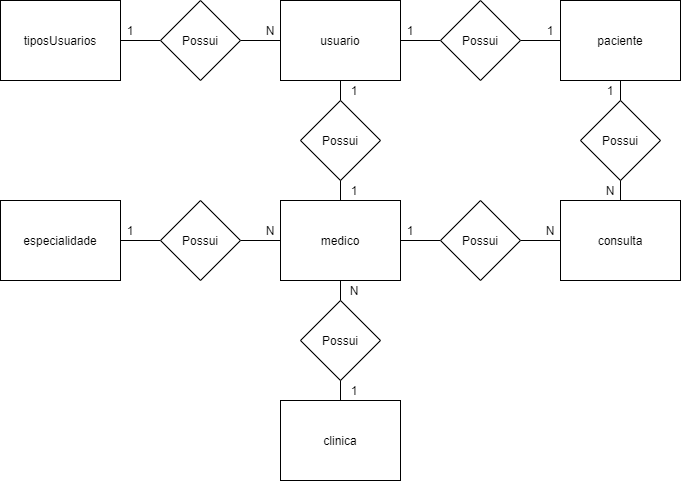
This is SP.Med_Group/SP.Med_Group_Modelagens-Conceitual.png from Alan-Santos07/2021_1S_2DT, a draw.io export, as it was before one commit. Source tidied: cells renumbered, new cells last; positions are measured from the earlier drawing's top-left corner, leaving out a move shared by most shapes. Source of this version:
```xml
<mxGraphModel>
  <root>
    <mxCell id="0" />
    <mxCell id="1" parent="0" />
    <mxCell id="2" style="edgeStyle=orthogonalEdgeStyle;rounded=0;jettySize=auto;html=1;endArrow=none;endFill=0;" parent="1" edge="1" source="3" target="19">
      <mxGeometry relative="1" as="geometry" />
    </mxCell>
    <mxCell id="3" value="tiposUsuarios" style="rounded=0;whiteSpace=wrap;html=1;" parent="1" vertex="1">
      <mxGeometry width="120" height="80" as="geometry" />
    </mxCell>
    <mxCell id="4" style="edgeStyle=orthogonalEdgeStyle;rounded=0;jettySize=auto;html=1;entryX=1;entryY=0.5;entryDx=0;entryDy=0;endArrow=none;endFill=0;" parent="1" edge="1" source="7" target="19">
      <mxGeometry relative="1" as="geometry" />
    </mxCell>
    <mxCell id="5" style="edgeStyle=orthogonalEdgeStyle;rounded=0;jettySize=auto;html=1;endArrow=none;endFill=0;" parent="1" edge="1" source="7" target="27">
      <mxGeometry relative="1" as="geometry" />
    </mxCell>
    <mxCell id="6" style="edgeStyle=orthogonalEdgeStyle;rounded=0;jettySize=auto;html=1;endArrow=none;endFill=0;" parent="1" edge="1" source="7" target="23">
      <mxGeometry relative="1" as="geometry" />
    </mxCell>
    <mxCell id="7" value="usuario" style="rounded=0;whiteSpace=wrap;html=1;" parent="1" vertex="1">
      <mxGeometry x="280" width="120" height="80" as="geometry" />
    </mxCell>
    <mxCell id="8" style="edgeStyle=orthogonalEdgeStyle;rounded=0;jettySize=auto;html=1;endArrow=none;endFill=0;" parent="1" edge="1" source="9" target="20">
      <mxGeometry relative="1" as="geometry" />
    </mxCell>
    <mxCell id="9" value="especialidade" style="rounded=0;whiteSpace=wrap;html=1;" parent="1" vertex="1">
      <mxGeometry y="200" width="120" height="80" as="geometry" />
    </mxCell>
    <mxCell id="10" value="clinica" style="rounded=0;whiteSpace=wrap;html=1;" parent="1" vertex="1">
      <mxGeometry x="280" y="400" width="120" height="80" as="geometry" />
    </mxCell>
    <mxCell id="11" style="edgeStyle=orthogonalEdgeStyle;rounded=0;jettySize=auto;html=1;endArrow=none;endFill=0;" parent="1" edge="1" source="14" target="20">
      <mxGeometry relative="1" as="geometry" />
    </mxCell>
    <mxCell id="12" style="edgeStyle=orthogonalEdgeStyle;rounded=0;jettySize=auto;html=1;endArrow=none;endFill=0;" parent="1" edge="1" source="14" target="25">
      <mxGeometry relative="1" as="geometry" />
    </mxCell>
    <mxCell id="13" style="edgeStyle=orthogonalEdgeStyle;rounded=0;jettySize=auto;html=1;endArrow=none;endFill=0;" parent="1" edge="1" source="14" target="22">
      <mxGeometry relative="1" as="geometry" />
    </mxCell>
    <mxCell id="14" value="medico" style="rounded=0;whiteSpace=wrap;html=1;" parent="1" vertex="1">
      <mxGeometry x="280" y="200" width="120" height="80" as="geometry" />
    </mxCell>
    <mxCell id="15" style="edgeStyle=orthogonalEdgeStyle;rounded=0;jettySize=auto;html=1;endArrow=none;endFill=0;" parent="1" edge="1" source="17" target="23">
      <mxGeometry relative="1" as="geometry" />
    </mxCell>
    <mxCell id="16" style="edgeStyle=orthogonalEdgeStyle;rounded=0;jettySize=auto;html=1;endArrow=none;endFill=0;" parent="1" edge="1" source="17" target="29">
      <mxGeometry relative="1" as="geometry" />
    </mxCell>
    <mxCell id="17" value="paciente" style="rounded=0;whiteSpace=wrap;html=1;" parent="1" vertex="1">
      <mxGeometry x="560" width="120" height="80" as="geometry" />
    </mxCell>
    <mxCell id="18" value="consulta" style="rounded=0;whiteSpace=wrap;html=1;" parent="1" vertex="1">
      <mxGeometry x="560" y="200" width="120" height="80" as="geometry" />
    </mxCell>
    <mxCell id="19" value="Possui" style="rhombus;whiteSpace=wrap;html=1;" parent="1" vertex="1">
      <mxGeometry x="160" width="80" height="80" as="geometry" />
    </mxCell>
    <mxCell id="20" value="&lt;span&gt;Possui&lt;/span&gt;" style="rhombus;whiteSpace=wrap;html=1;" parent="1" vertex="1">
      <mxGeometry x="160" y="200" width="80" height="80" as="geometry" />
    </mxCell>
    <mxCell id="21" style="edgeStyle=orthogonalEdgeStyle;rounded=0;jettySize=auto;html=1;endArrow=none;endFill=0;" parent="1" edge="1" source="22" target="18">
      <mxGeometry relative="1" as="geometry" />
    </mxCell>
    <mxCell id="22" value="&lt;span&gt;Possui&lt;/span&gt;" style="rhombus;whiteSpace=wrap;html=1;" parent="1" vertex="1">
      <mxGeometry x="440" y="200" width="80" height="80" as="geometry" />
    </mxCell>
    <mxCell id="23" value="&lt;span&gt;Possui&lt;/span&gt;" style="rhombus;whiteSpace=wrap;html=1;" parent="1" vertex="1">
      <mxGeometry x="440" width="80" height="80" as="geometry" />
    </mxCell>
    <mxCell id="24" style="edgeStyle=orthogonalEdgeStyle;rounded=0;jettySize=auto;html=1;endArrow=none;endFill=0;" parent="1" edge="1" source="25" target="10">
      <mxGeometry relative="1" as="geometry" />
    </mxCell>
    <mxCell id="25" value="&lt;span&gt;Possui&lt;/span&gt;" style="rhombus;whiteSpace=wrap;html=1;" parent="1" vertex="1">
      <mxGeometry x="300" y="300" width="80" height="80" as="geometry" />
    </mxCell>
    <mxCell id="26" style="edgeStyle=orthogonalEdgeStyle;rounded=0;jettySize=auto;html=1;endArrow=none;endFill=0;" parent="1" edge="1" source="27" target="14">
      <mxGeometry relative="1" as="geometry" />
    </mxCell>
    <mxCell id="27" value="&lt;span&gt;Possui&lt;/span&gt;" style="rhombus;whiteSpace=wrap;html=1;" parent="1" vertex="1">
      <mxGeometry x="300" y="100" width="80" height="80" as="geometry" />
    </mxCell>
    <mxCell id="28" style="edgeStyle=orthogonalEdgeStyle;rounded=0;jettySize=auto;html=1;endArrow=none;endFill=0;" parent="1" edge="1" source="29" target="18">
      <mxGeometry relative="1" as="geometry" />
    </mxCell>
    <mxCell id="29" value="&lt;span&gt;Possui&lt;/span&gt;" style="rhombus;whiteSpace=wrap;html=1;" parent="1" vertex="1">
      <mxGeometry x="580" y="100" width="80" height="80" as="geometry" />
    </mxCell>
    <mxCell id="30" value="1" style="text;html=1;strokeColor=none;fillColor=none;align=center;verticalAlign=middle;whiteSpace=wrap;rounded=0;" parent="1" vertex="1">
      <mxGeometry x="110" y="20" width="40" height="20" as="geometry" />
    </mxCell>
    <mxCell id="31" value="1" style="text;html=1;strokeColor=none;fillColor=none;align=center;verticalAlign=middle;whiteSpace=wrap;rounded=0;" parent="1" vertex="1">
      <mxGeometry x="110" y="220" width="40" height="20" as="geometry" />
    </mxCell>
    <mxCell id="32" value="N" style="text;html=1;strokeColor=none;fillColor=none;align=center;verticalAlign=middle;whiteSpace=wrap;rounded=0;" parent="1" vertex="1">
      <mxGeometry x="250" y="220" width="40" height="20" as="geometry" />
    </mxCell>
    <mxCell id="33" value="N" style="text;html=1;strokeColor=none;fillColor=none;align=center;verticalAlign=middle;whiteSpace=wrap;rounded=0;" parent="1" vertex="1">
      <mxGeometry x="250" y="20" width="40" height="20" as="geometry" />
    </mxCell>
    <mxCell id="34" value="1" style="text;html=1;strokeColor=none;fillColor=none;align=center;verticalAlign=middle;whiteSpace=wrap;rounded=0;" parent="1" vertex="1">
      <mxGeometry x="390" y="20" width="40" height="20" as="geometry" />
    </mxCell>
    <mxCell id="35" value="1" style="text;html=1;strokeColor=none;fillColor=none;align=center;verticalAlign=middle;whiteSpace=wrap;rounded=0;" parent="1" vertex="1">
      <mxGeometry x="390" y="220" width="40" height="20" as="geometry" />
    </mxCell>
    <mxCell id="36" value="N" style="text;html=1;strokeColor=none;fillColor=none;align=center;verticalAlign=middle;whiteSpace=wrap;rounded=0;" parent="1" vertex="1">
      <mxGeometry x="334" y="280" width="40" height="20" as="geometry" />
    </mxCell>
    <mxCell id="37" value="1" style="text;html=1;strokeColor=none;fillColor=none;align=center;verticalAlign=middle;whiteSpace=wrap;rounded=0;" parent="1" vertex="1">
      <mxGeometry x="334" y="380" width="40" height="20" as="geometry" />
    </mxCell>
    <mxCell id="38" value="1" style="text;html=1;strokeColor=none;fillColor=none;align=center;verticalAlign=middle;whiteSpace=wrap;rounded=0;" parent="1" vertex="1">
      <mxGeometry x="334" y="180" width="40" height="20" as="geometry" />
    </mxCell>
    <mxCell id="39" value="1" style="text;html=1;strokeColor=none;fillColor=none;align=center;verticalAlign=middle;whiteSpace=wrap;rounded=0;" parent="1" vertex="1">
      <mxGeometry x="530" y="20" width="40" height="20" as="geometry" />
    </mxCell>
    <mxCell id="40" value="1" style="text;html=1;strokeColor=none;fillColor=none;align=center;verticalAlign=middle;whiteSpace=wrap;rounded=0;" parent="1" vertex="1">
      <mxGeometry x="590" y="80" width="40" height="20" as="geometry" />
    </mxCell>
    <mxCell id="41" value="N" style="text;html=1;strokeColor=none;fillColor=none;align=center;verticalAlign=middle;whiteSpace=wrap;rounded=0;" parent="1" vertex="1">
      <mxGeometry x="590" y="180" width="40" height="20" as="geometry" />
    </mxCell>
    <mxCell id="42" value="N" style="text;html=1;strokeColor=none;fillColor=none;align=center;verticalAlign=middle;whiteSpace=wrap;rounded=0;" parent="1" vertex="1">
      <mxGeometry x="530" y="220" width="40" height="20" as="geometry" />
    </mxCell>
    <mxCell id="43" value="1" style="text;html=1;strokeColor=none;fillColor=none;align=center;verticalAlign=middle;whiteSpace=wrap;rounded=0;" parent="1" vertex="1">
      <mxGeometry x="334" y="80" width="40" height="20" as="geometry" />
    </mxCell>
  </root>
</mxGraphModel>
```
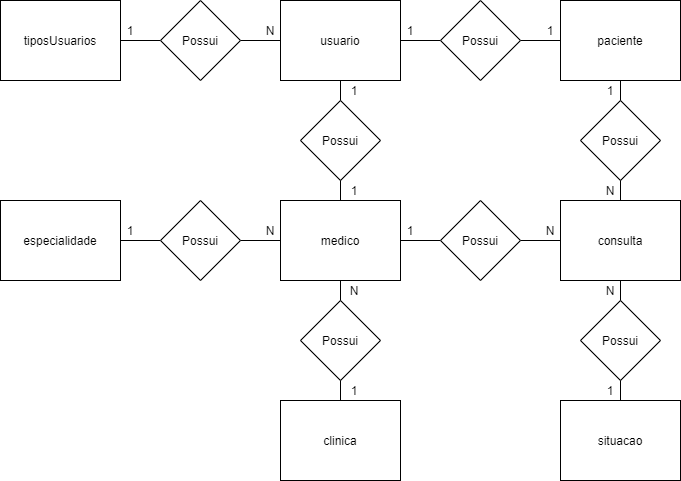
The same diagram one commit later.

What changed in the source:
```diff
@@ -50,6 +50,9 @@
     <mxCell id="17" value="paciente" style="rounded=0;whiteSpace=wrap;html=1;" parent="1" vertex="1">
       <mxGeometry x="560" width="120" height="80" as="geometry" />
     </mxCell>
+    <mxCell id="44" style="edgeStyle=orthogonalEdgeStyle;rounded=0;jettySize=auto;html=1;endArrow=none;endFill=0;" parent="1" edge="1" source="18" target="47">
+      <mxGeometry relative="1" as="geometry" />
+    </mxCell>
     <mxCell id="18" value="consulta" style="rounded=0;whiteSpace=wrap;html=1;" parent="1" vertex="1">
       <mxGeometry x="560" y="200" width="120" height="80" as="geometry" />
     </mxCell>
@@ -128,5 +131,20 @@
     <mxCell id="43" value="1" style="text;html=1;strokeColor=none;fillColor=none;align=center;verticalAlign=middle;whiteSpace=wrap;rounded=0;" parent="1" vertex="1">
       <mxGeometry x="334" y="80" width="40" height="20" as="geometry" />
     </mxCell>
+    <mxCell id="45" value="situacao" style="rounded=0;whiteSpace=wrap;html=1;" parent="1" vertex="1">
+      <mxGeometry x="560" y="400" width="120" height="80" as="geometry" />
+    </mxCell>
+    <mxCell id="46" style="edgeStyle=orthogonalEdgeStyle;rounded=0;jettySize=auto;html=1;endArrow=none;endFill=0;" parent="1" edge="1" source="47" target="45">
+      <mxGeometry relative="1" as="geometry" />
+    </mxCell>
+    <mxCell id="47" value="Possui" style="rhombus;whiteSpace=wrap;html=1;" parent="1" vertex="1">
+      <mxGeometry x="580" y="300" width="80" height="80" as="geometry" />
+    </mxCell>
+    <mxCell id="48" value="1" style="text;html=1;strokeColor=none;fillColor=none;align=center;verticalAlign=middle;whiteSpace=wrap;rounded=0;" parent="1" vertex="1">
+      <mxGeometry x="590" y="380" width="40" height="20" as="geometry" />
+    </mxCell>
+    <mxCell id="49" value="N" style="text;html=1;strokeColor=none;fillColor=none;align=center;verticalAlign=middle;whiteSpace=wrap;rounded=0;" parent="1" vertex="1">
+      <mxGeometry x="590" y="280" width="40" height="20" as="geometry" />
+    </mxCell>
   </root>
 </mxGraphModel>
```
